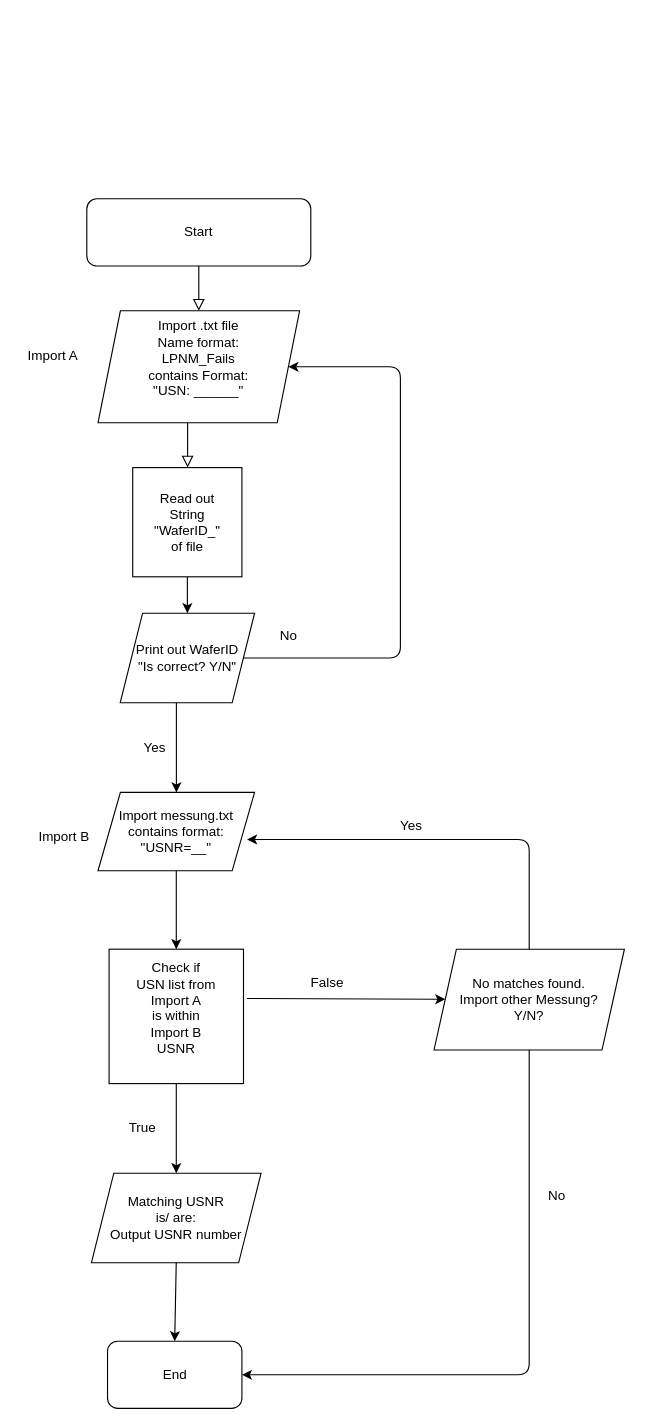
Earlier version of the draw.io diagram txt_string_scanner.drawio (Aretosteles/Python_txt_USNR_compare). Source tidied: cells renumbered, new cells numbered last; positions are measured from the earlier drawing's top-left corner, leaving out a move shared by most shapes. Both pictures are drawn from the tidied source at 112%, with x=0, y=0 at pixel (19, 198).
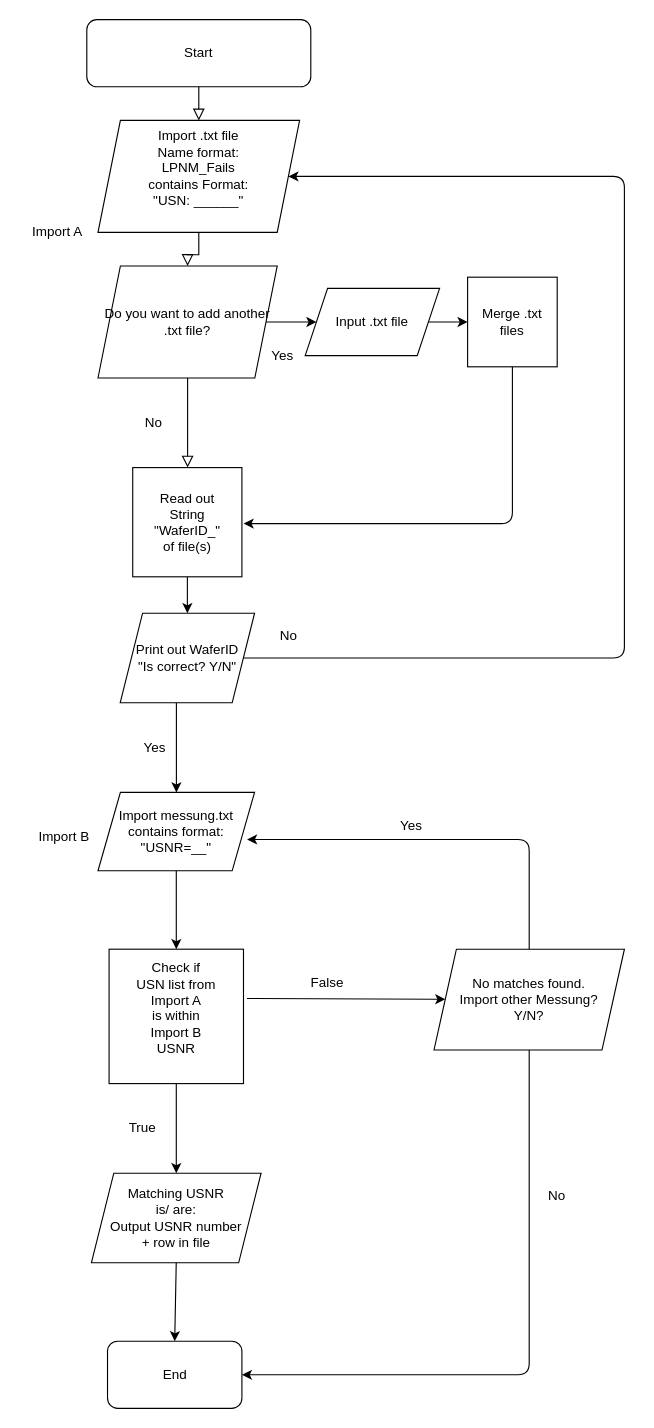
After the change.

The change refers to these unchanged cells:
```xml
<mxCell id="8" value="&lt;div&gt;Print out WaferID&lt;/div&gt;&lt;div&gt;&quot;Is correct? Y/N&quot;&lt;br&gt;&lt;/div&gt;" style="shape=parallelogram;perimeter=parallelogramPerimeter;whiteSpace=wrap;html=1;fixedSize=1;" parent="1" vertex="1">
  <mxGeometry x="89.8" y="370" width="120" height="80" as="geometry" />
</mxCell>
```

Diff of the diagram source:
```diff
@@
-    <mxCell id="2" style="rounded=0;html=1;jettySize=auto;fontSize=11;endArrow=block;endFill=0;endSize=8;strokeWidth=1;shadow=0;labelBackgroundColor=none;edgeStyle=orthogonalEdgeStyle;" parent="1" edge="1" source="5">
+    <mxCell id="2" style="rounded=0;html=1;jettySize=auto;fontSize=11;endArrow=block;endFill=0;endSize=8;strokeWidth=1;shadow=0;labelBackgroundColor=none;edgeStyle=orthogonalEdgeStyle;" parent="1" edge="1" source="32">
       <mxGeometry relative="1" as="geometry">
         <mxPoint x="150" y="240" as="targetPoint" />
         <Array as="points">
           <mxPoint x="150" y="240" />
         </Array>
       </mxGeometry>
     </mxCell>
     <mxCell id="3" value="Start " style="rounded=1;whiteSpace=wrap;html=1;fontSize=12;glass=0;strokeWidth=1;shadow=0;" parent="1" vertex="1">
-      <mxGeometry x="60" width="200" height="60" as="geometry" />
+      <mxGeometry x="60" y="-160" width="200" height="60" as="geometry" />
     </mxCell>
@@
     <mxCell id="5" value="&lt;div&gt;&lt;br&gt;&lt;/div&gt;&lt;div&gt;Import .txt file&lt;/div&gt;&lt;div&gt;Name format:&lt;/div&gt;&lt;div&gt;LPNM_Fails&lt;/div&gt;&lt;div&gt;contains Format: &lt;br&gt;&lt;/div&gt;&lt;div&gt;&quot;USN: ______&quot;&lt;br&gt;&lt;/div&gt;&lt;div&gt;&lt;br&gt;&lt;br&gt;&lt;/div&gt;" style="shape=parallelogram;perimeter=parallelogramPerimeter;whiteSpace=wrap;html=1;fixedSize=1;" parent="1" vertex="1">
-      <mxGeometry x="70" y="100" width="180" height="100" as="geometry" />
+      <mxGeometry x="70" y="-70" width="180" height="100" as="geometry" />
     </mxCell>
@@
-    <mxCell id="10" value="&lt;div&gt;Read out&lt;/div&gt;&lt;div&gt;String&lt;br&gt;&lt;/div&gt;&lt;div&gt;&quot;WaferID_&quot;&lt;/div&gt;&lt;div&gt;of file&lt;br&gt;&lt;/div&gt;" style="whiteSpace=wrap;html=1;" parent="1" vertex="1">
+    <mxCell id="10" value="&lt;div&gt;Read out&lt;/div&gt;&lt;div&gt;String&lt;br&gt;&lt;/div&gt;&lt;div&gt;&quot;WaferID_&quot;&lt;/div&gt;&lt;div&gt;of file(s)&lt;br&gt;&lt;/div&gt;" style="whiteSpace=wrap;html=1;" parent="1" vertex="1">
       <mxGeometry x="101" y="240" width="97.5" height="97.5" as="geometry" />
     </mxCell>
@@
     <mxCell id="13" style="endArrow=classic;html=1;entryX=1;entryY=0.5;entryDx=0;entryDy=0;exitX=1;exitY=0.5;exitDx=0;exitDy=0;" parent="1" edge="1" source="8" target="5">
       <mxGeometry relative="1" as="geometry">
         <Array as="points">
-          <mxPoint x="340" y="410" />
-          <mxPoint x="340" y="150" />
+          <mxPoint x="540" y="410" />
+          <mxPoint x="540" y="140" />
+          <mxPoint x="540" y="30" />
+          <mxPoint x="540" y="-20" />
+          <mxPoint x="460" y="-20" />
+          <mxPoint x="340" y="-20" />
         </Array>
       </mxGeometry>
     </mxCell>
@@
     <mxCell id="18" value="Import A" style="text;html=1;strokeColor=none;fillColor=none;align=center;verticalAlign=middle;whiteSpace=wrap;rounded=0;" parent="1" vertex="1">
-      <mxGeometry y="130" width="60" height="20" as="geometry" />
+      <mxGeometry x="4.1" y="20" width="60" height="20" as="geometry" />
     </mxCell>
@@
-    <mxCell id="20" value="&lt;div&gt;Matching USNR&lt;/div&gt;&lt;div&gt;is/ are:&lt;/div&gt;&lt;div&gt;Output USNR number&lt;br&gt;&lt;/div&gt;" style="shape=parallelogram;perimeter=parallelogramPerimeter;whiteSpace=wrap;html=1;fixedSize=1;" parent="1" vertex="1">
+    <mxCell id="20" value="&lt;div&gt;Matching USNR&lt;/div&gt;&lt;div&gt;is/ are:&lt;/div&gt;&lt;div&gt;Output USNR number&lt;/div&gt;&lt;div&gt;+ row in file&lt;br&gt;&lt;/div&gt;" style="shape=parallelogram;perimeter=parallelogramPerimeter;whiteSpace=wrap;html=1;fixedSize=1;" parent="1" vertex="1">
       <mxGeometry x="64.1" y="870" width="151.5" height="80" as="geometry" />
     </mxCell>
@@
+    <mxCell id="31" style="edgeStyle=orthogonalEdgeStyle;rounded=0;jettySize=auto;html=1;" parent="1" edge="1" source="32" target="39">
+      <mxGeometry relative="1" as="geometry" />
+    </mxCell>
+    <mxCell id="32" value="&lt;div&gt;Do you want to add another &lt;br&gt;&lt;/div&gt;&lt;div&gt;.txt file?&lt;br&gt;&lt;/div&gt;" style="shape=parallelogram;perimeter=parallelogramPerimeter;whiteSpace=wrap;html=1;fixedSize=1;" parent="1" vertex="1">
+      <mxGeometry x="70" y="60" width="160" height="100" as="geometry" />
+    </mxCell>
+    <mxCell id="33" style="rounded=0;html=1;jettySize=auto;fontSize=11;endArrow=block;endFill=0;endSize=8;strokeWidth=1;shadow=0;labelBackgroundColor=none;edgeStyle=orthogonalEdgeStyle;" parent="1" edge="1" source="5" target="32">
+      <mxGeometry relative="1" as="geometry" />
+    </mxCell>
+    <mxCell id="34" value="No" style="text;html=1;strokeColor=none;fillColor=none;align=center;verticalAlign=middle;whiteSpace=wrap;rounded=0;" parent="1" vertex="1">
+      <mxGeometry x="100" y="190" width="40" height="20" as="geometry" />
+    </mxCell>
+    <mxCell id="35" value="&lt;div&gt;Merge .txt&lt;/div&gt;&lt;div&gt;files &lt;br&gt;&lt;/div&gt;" style="whiteSpace=wrap;html=1;" parent="1" vertex="1">
+      <mxGeometry x="400" y="70" width="80" height="80" as="geometry" />
+    </mxCell>
+    <mxCell id="36" value="Yes" style="text;html=1;strokeColor=none;fillColor=none;align=center;verticalAlign=middle;whiteSpace=wrap;rounded=0;" parent="1" vertex="1">
+      <mxGeometry x="215" y="130" width="40" height="20" as="geometry" />
+    </mxCell>
+    <mxCell id="37" style="endArrow=classic;html=1;exitX=0.5;exitY=1;exitDx=0;exitDy=0;" parent="1" edge="1" source="35">
+      <mxGeometry relative="1" as="geometry">
+        <mxPoint x="200" y="290" as="targetPoint" />
+        <Array as="points">
+          <mxPoint x="440" y="290" />
+        </Array>
+      </mxGeometry>
+    </mxCell>
+    <mxCell id="38" style="edgeStyle=orthogonalEdgeStyle;rounded=0;jettySize=auto;html=1;" parent="1" edge="1" source="39" target="35">
+      <mxGeometry relative="1" as="geometry" />
+    </mxCell>
+    <mxCell id="39" value="Input .txt file" style="shape=parallelogram;perimeter=parallelogramPerimeter;whiteSpace=wrap;html=1;fixedSize=1;" parent="1" vertex="1">
+      <mxGeometry x="255" y="80" width="120" height="60" as="geometry" />
+    </mxCell>
```
